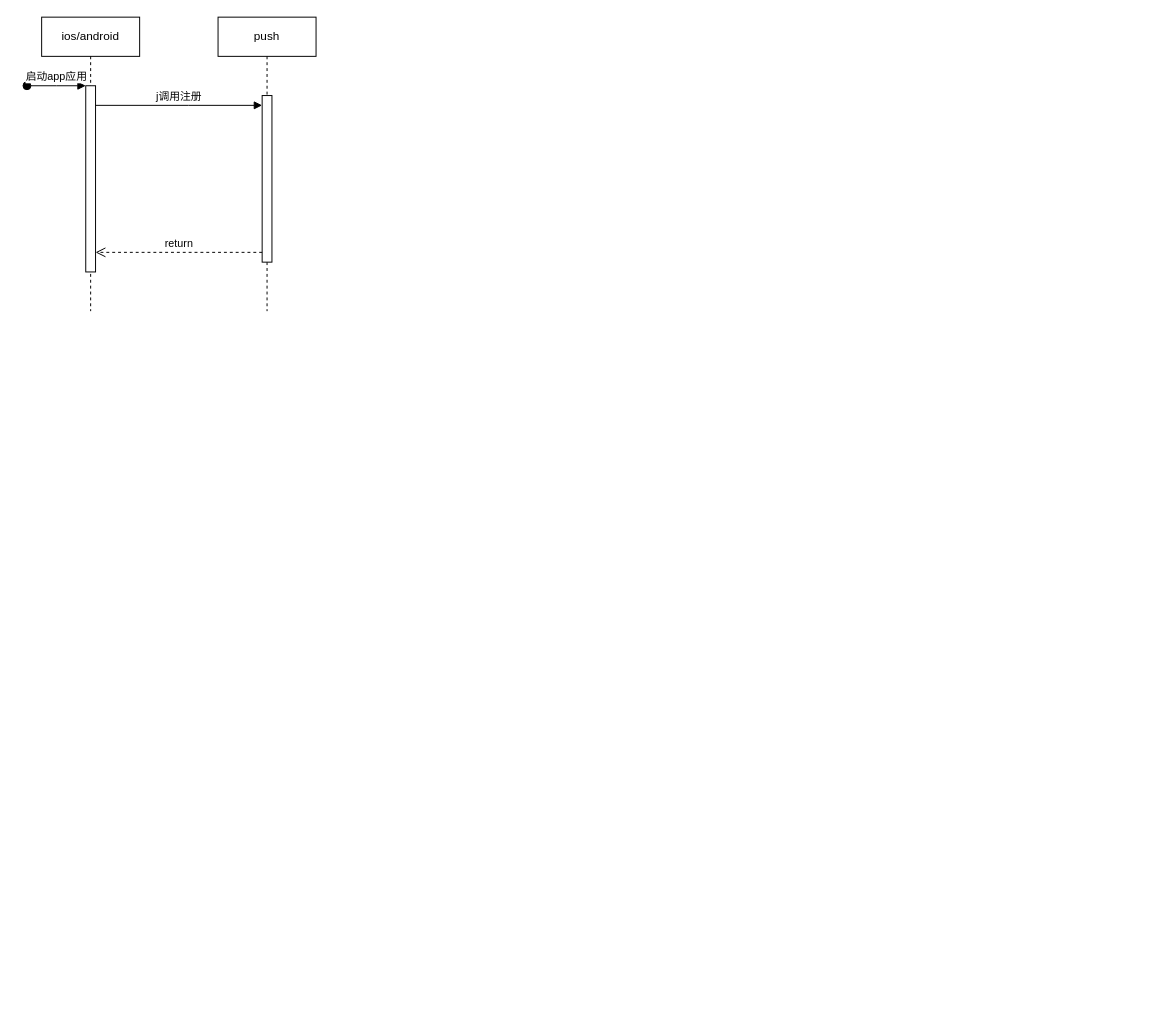
milletzhu/datasource keeps this draw.io diagram as 公司Push对接流程.drawio. Above is the earlier version. Source tidied: cells renumbered, new cells numbered last; positions are measured from the earlier drawing's top-left corner, leaving out a move shared by most shapes. Both pictures are drawn from the tidied source at 98%, with x=0, y=0 at pixel (26, 17).
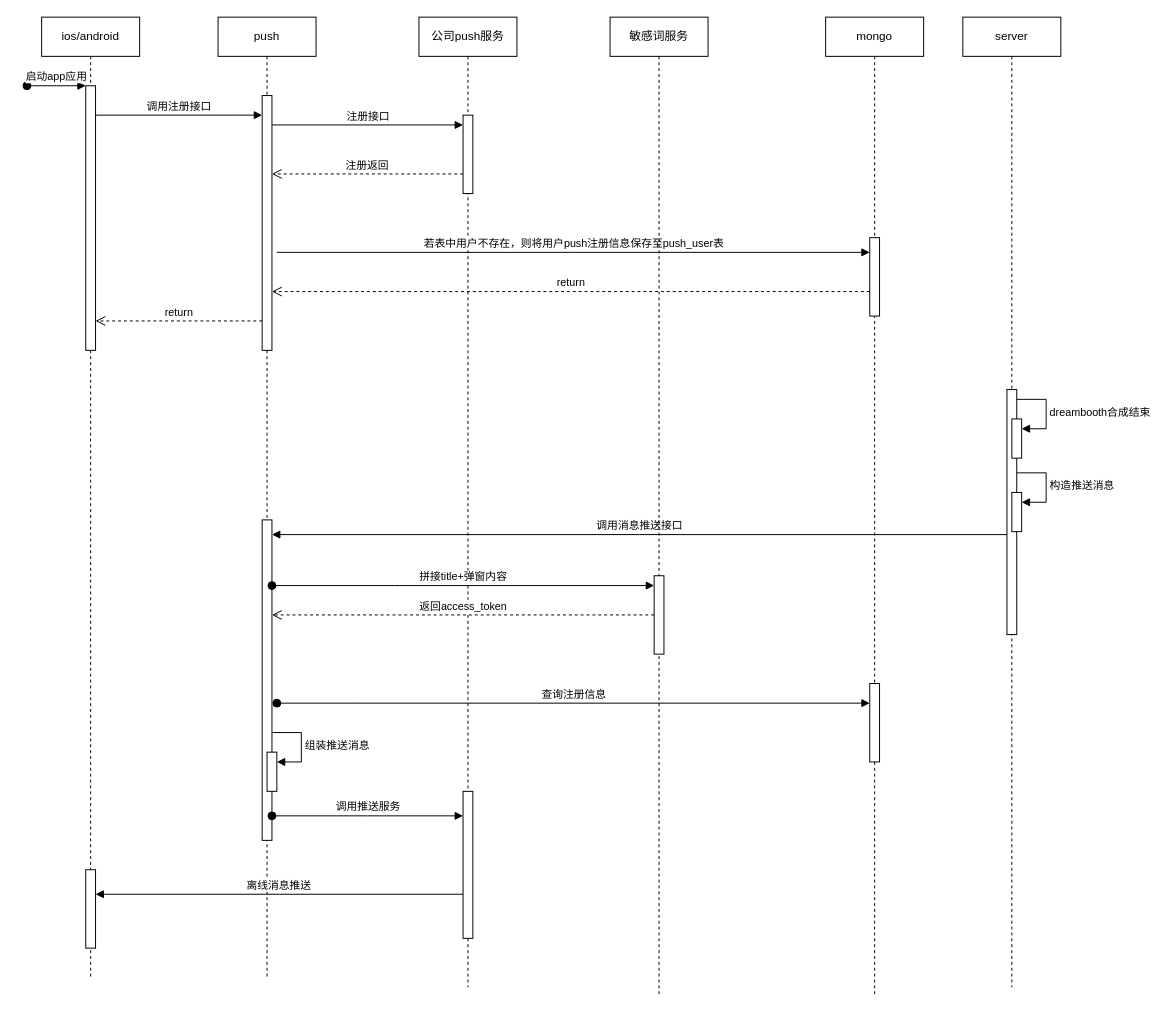
The same page after the edit.

Commit message:
更新公司Push对接流程.drawio

Diff of the diagram source:
```diff
@@
     <mxCell id="2" value="ios/android" style="shape=umlLifeline;perimeter=lifelinePerimeter;whiteSpace=wrap;html=1;newEdgeStyle={&quot;edgeStyle&quot;:&quot;elbowEdgeStyle&quot;,&quot;elbow&quot;:&quot;vertical&quot;,&quot;curved&quot;:0,&quot;rounded&quot;:0};" parent="1" vertex="1">
-      <mxGeometry x="15" width="100" height="300" as="geometry" />
+      <mxGeometry x="15" width="100" height="980" as="geometry" />
     </mxCell>
     <mxCell id="3" style="html=1;points=[];perimeter=orthogonalPerimeter;outlineConnect=0;targetShapes=umlLifeline;portConstraint=eastwest;newEdgeStyle={&quot;edgeStyle&quot;:&quot;elbowEdgeStyle&quot;,&quot;elbow&quot;:&quot;vertical&quot;,&quot;curved&quot;:0,&quot;rounded&quot;:0};" parent="2" vertex="1">
-      <mxGeometry x="45" y="70" width="10" height="190" as="geometry" />
+      <mxGeometry x="45" y="70" width="10" height="270" as="geometry" />
     </mxCell>
@@
+    <mxCell id="9" style="html=1;perimeter=orthogonalPerimeter;targetShapes=umlLifeline;newEdgeStyle={&quot;edgeStyle&quot;:&quot;elbowEdgeStyle&quot;,&quot;elbow&quot;:&quot;vertical&quot;,&quot;curved&quot;:0,&quot;rounded&quot;:0};" parent="2" vertex="1">
+      <mxGeometry x="45" y="870" width="10" height="80" as="geometry" />
+    </mxCell>
     <mxCell id="5" value="push" style="shape=umlLifeline;perimeter=lifelinePerimeter;whiteSpace=wrap;html=1;newEdgeStyle={&quot;edgeStyle&quot;:&quot;elbowEdgeStyle&quot;,&quot;elbow&quot;:&quot;vertical&quot;,&quot;curved&quot;:0,&quot;rounded&quot;:0};" parent="1" vertex="1">
-      <mxGeometry x="195" width="100" height="300" as="geometry" />
+      <mxGeometry x="195" width="100" height="980" as="geometry" />
     </mxCell>
     <mxCell id="6" style="html=1;points=[];perimeter=orthogonalPerimeter;outlineConnect=0;targetShapes=umlLifeline;portConstraint=eastwest;newEdgeStyle={&quot;edgeStyle&quot;:&quot;elbowEdgeStyle&quot;,&quot;elbow&quot;:&quot;vertical&quot;,&quot;curved&quot;:0,&quot;rounded&quot;:0};" parent="5" vertex="1">
-      <mxGeometry x="45" y="80" width="10" height="170" as="geometry" />
+      <mxGeometry x="45" y="80" width="10" height="260" as="geometry" />
     </mxCell>
+    <mxCell id="10" style="html=1;points=[];perimeter=orthogonalPerimeter;outlineConnect=0;targetShapes=umlLifeline;portConstraint=eastwest;newEdgeStyle={&quot;edgeStyle&quot;:&quot;elbowEdgeStyle&quot;,&quot;elbow&quot;:&quot;vertical&quot;,&quot;curved&quot;:0,&quot;rounded&quot;:0};" parent="5" vertex="1">
+      <mxGeometry x="45" y="513" width="10" height="327" as="geometry" />
+    </mxCell>
+    <mxCell id="11" style="html=1;points=[];perimeter=orthogonalPerimeter;outlineConnect=0;targetShapes=umlLifeline;portConstraint=eastwest;newEdgeStyle={&quot;edgeStyle&quot;:&quot;elbowEdgeStyle&quot;,&quot;elbow&quot;:&quot;vertical&quot;,&quot;curved&quot;:0,&quot;rounded&quot;:0};" parent="5" vertex="1">
+      <mxGeometry x="50" y="750" width="10" height="40" as="geometry" />
+    </mxCell>
+    <mxCell id="12" value="组装推送消息" style="html=1;align=left;spacingLeft=2;endArrow=block;rounded=0;edgeStyle=orthogonalEdgeStyle;curved=0;rounded=0;" parent="5" edge="1" target="11">
+      <mxGeometry relative="1" as="geometry">
+        <mxPoint x="55" y="730" as="sourcePoint" />
+        <Array as="points">
+          <mxPoint x="85" y="760" />
+        </Array>
+      </mxGeometry>
+    </mxCell>
-    <mxCell id="7" value="j调用注册" style="html=1;verticalAlign=bottom;endArrow=block;edgeStyle=elbowEdgeStyle;elbow=vertical;curved=0;rounded=0;" parent="1" edge="1" source="3" target="6">
+    <mxCell id="7" value="调用注册接口" style="html=1;verticalAlign=bottom;endArrow=block;edgeStyle=elbowEdgeStyle;elbow=vertical;curved=0;rounded=0;" parent="1" edge="1" source="3" target="6">
       <mxGeometry relative="1" as="geometry">
         <Array as="points">
+          <mxPoint x="215" y="100" />
           <mxPoint x="165" y="90" />
         </Array>
       </mxGeometry>
     </mxCell>
     <mxCell id="8" value="return" style="html=1;verticalAlign=bottom;endArrow=open;dashed=1;endSize=8;edgeStyle=elbowEdgeStyle;elbow=vertical;curved=0;rounded=0;" parent="1" edge="1" source="6" target="3">
       <mxGeometry relative="1" as="geometry">
         <Array as="points">
-          <mxPoint x="165" y="240" />
+          <mxPoint x="215" y="310" />
+          <mxPoint x="165" y="400" />
         </Array>
       </mxGeometry>
     </mxCell>
+    <mxCell id="13" value="公司push服务" style="shape=umlLifeline;perimeter=lifelinePerimeter;whiteSpace=wrap;html=1;newEdgeStyle={&quot;edgeStyle&quot;:&quot;elbowEdgeStyle&quot;,&quot;elbow&quot;:&quot;vertical&quot;,&quot;curved&quot;:0,&quot;rounded&quot;:0};" parent="1" vertex="1">
+      <mxGeometry x="400" width="100" height="990" as="geometry" />
+    </mxCell>
+    <mxCell id="14" style="html=1;points=[];perimeter=orthogonalPerimeter;outlineConnect=0;targetShapes=umlLifeline;portConstraint=eastwest;newEdgeStyle={&quot;edgeStyle&quot;:&quot;elbowEdgeStyle&quot;,&quot;elbow&quot;:&quot;vertical&quot;,&quot;curved&quot;:0,&quot;rounded&quot;:0};" parent="13" vertex="1">
+      <mxGeometry x="45" y="100" width="10" height="80" as="geometry" />
+    </mxCell>
+    <mxCell id="15" style="html=1;points=[];perimeter=orthogonalPerimeter;outlineConnect=0;targetShapes=umlLifeline;portConstraint=eastwest;newEdgeStyle={&quot;edgeStyle&quot;:&quot;elbowEdgeStyle&quot;,&quot;elbow&quot;:&quot;vertical&quot;,&quot;curved&quot;:0,&quot;rounded&quot;:0};" parent="13" vertex="1">
+      <mxGeometry x="45" y="790" width="10" height="150" as="geometry" />
+    </mxCell>
+    <mxCell id="16" value="注册接口" style="html=1;verticalAlign=bottom;endArrow=block;edgeStyle=elbowEdgeStyle;elbow=vertical;curved=0;rounded=0;" parent="1" edge="1" source="6" target="14">
+      <mxGeometry relative="1" as="geometry">
+        <Array as="points">
+          <mxPoint x="415" y="110" />
+        </Array>
+      </mxGeometry>
+    </mxCell>
+    <mxCell id="17" value="注册返回" style="html=1;verticalAlign=bottom;endArrow=open;dashed=1;endSize=8;edgeStyle=elbowEdgeStyle;elbow=vertical;curved=0;rounded=0;" parent="1" edge="1" source="14" target="6">
+      <mxGeometry relative="1" as="geometry">
+        <Array as="points">
+          <mxPoint x="385" y="160" />
+        </Array>
+      </mxGeometry>
+    </mxCell>
+    <mxCell id="18" value="mongo" style="shape=umlLifeline;perimeter=lifelinePerimeter;whiteSpace=wrap;html=1;newEdgeStyle={&quot;edgeStyle&quot;:&quot;elbowEdgeStyle&quot;,&quot;elbow&quot;:&quot;vertical&quot;,&quot;curved&quot;:0,&quot;rounded&quot;:0};" parent="1" vertex="1">
+      <mxGeometry x="815" width="100" height="1000" as="geometry" />
+    </mxCell>
+    <mxCell id="19" style="html=1;points=[];perimeter=orthogonalPerimeter;outlineConnect=0;targetShapes=umlLifeline;portConstraint=eastwest;newEdgeStyle={&quot;edgeStyle&quot;:&quot;elbowEdgeStyle&quot;,&quot;elbow&quot;:&quot;vertical&quot;,&quot;curved&quot;:0,&quot;rounded&quot;:0};" parent="18" vertex="1">
+      <mxGeometry x="45" y="225" width="10" height="80" as="geometry" />
+    </mxCell>
+    <mxCell id="20" style="html=1;points=[];perimeter=orthogonalPerimeter;outlineConnect=0;targetShapes=umlLifeline;portConstraint=eastwest;newEdgeStyle={&quot;edgeStyle&quot;:&quot;elbowEdgeStyle&quot;,&quot;elbow&quot;:&quot;vertical&quot;,&quot;curved&quot;:0,&quot;rounded&quot;:0};" parent="18" vertex="1">
+      <mxGeometry x="45" y="680" width="10" height="80" as="geometry" />
+    </mxCell>
+    <mxCell id="21" value="若表中用户不存在，则将用户push注册信息保存至push_user表" style="html=1;verticalAlign=bottom;endArrow=block;edgeStyle=elbowEdgeStyle;elbow=vertical;curved=0;rounded=0;" parent="1" edge="1" target="19">
+      <mxGeometry relative="1" as="geometry">
+        <mxPoint x="255" y="240" as="sourcePoint" />
+      </mxGeometry>
+    </mxCell>
+    <mxCell id="22" value="return" style="html=1;verticalAlign=bottom;endArrow=open;dashed=1;endSize=8;edgeStyle=elbowEdgeStyle;elbow=vertical;curved=0;rounded=0;" parent="1" edge="1" source="19">
+      <mxGeometry relative="1" as="geometry">
+        <mxPoint x="250" y="280" as="targetPoint" />
+      </mxGeometry>
+    </mxCell>
+    <mxCell id="23" value="server" style="shape=umlLifeline;perimeter=lifelinePerimeter;whiteSpace=wrap;html=1;newEdgeStyle={&quot;edgeStyle&quot;:&quot;elbowEdgeStyle&quot;,&quot;elbow&quot;:&quot;vertical&quot;,&quot;curved&quot;:0,&quot;rounded&quot;:0};" parent="1" vertex="1">
+      <mxGeometry x="955" width="100" height="990" as="geometry" />
+    </mxCell>
+    <mxCell id="24" style="html=1;points=[];perimeter=orthogonalPerimeter;outlineConnect=0;targetShapes=umlLifeline;portConstraint=eastwest;newEdgeStyle={&quot;edgeStyle&quot;:&quot;elbowEdgeStyle&quot;,&quot;elbow&quot;:&quot;vertical&quot;,&quot;curved&quot;:0,&quot;rounded&quot;:0};" parent="23" vertex="1">
+      <mxGeometry x="45" y="380" width="10" height="250" as="geometry" />
+    </mxCell>
+    <mxCell id="25" style="html=1;points=[];perimeter=orthogonalPerimeter;outlineConnect=0;targetShapes=umlLifeline;portConstraint=eastwest;newEdgeStyle={&quot;edgeStyle&quot;:&quot;elbowEdgeStyle&quot;,&quot;elbow&quot;:&quot;vertical&quot;,&quot;curved&quot;:0,&quot;rounded&quot;:0};" parent="23" vertex="1">
+      <mxGeometry x="50" y="410" width="10" height="40" as="geometry" />
+    </mxCell>
+    <mxCell id="26" value="dreambooth合成结束" style="html=1;align=left;spacingLeft=2;endArrow=block;rounded=0;edgeStyle=orthogonalEdgeStyle;curved=0;rounded=0;" parent="23" edge="1" target="25">
+      <mxGeometry relative="1" as="geometry">
+        <mxPoint x="55" y="390" as="sourcePoint" />
+        <Array as="points">
+          <mxPoint x="85" y="420" />
+        </Array>
+      </mxGeometry>
+    </mxCell>
+    <mxCell id="27" style="html=1;points=[];perimeter=orthogonalPerimeter;outlineConnect=0;targetShapes=umlLifeline;portConstraint=eastwest;newEdgeStyle={&quot;edgeStyle&quot;:&quot;elbowEdgeStyle&quot;,&quot;elbow&quot;:&quot;vertical&quot;,&quot;curved&quot;:0,&quot;rounded&quot;:0};" parent="23" vertex="1">
+      <mxGeometry x="50" y="485" width="10" height="40" as="geometry" />
+    </mxCell>
+    <mxCell id="28" value="构造推送消息" style="html=1;align=left;spacingLeft=2;endArrow=block;rounded=0;edgeStyle=orthogonalEdgeStyle;curved=0;rounded=0;" parent="23" edge="1" target="27">
+      <mxGeometry relative="1" as="geometry">
+        <mxPoint x="55" y="465" as="sourcePoint" />
+        <Array as="points">
+          <mxPoint x="85" y="495" />
+        </Array>
+      </mxGeometry>
+    </mxCell>
+    <mxCell id="29" value="调用消息推送接口" style="html=1;verticalAlign=bottom;endArrow=block;edgeStyle=elbowEdgeStyle;elbow=vertical;curved=0;rounded=0;" parent="1" edge="1" source="24">
+      <mxGeometry relative="1" as="geometry">
+        <mxPoint x="250" y="528" as="targetPoint" />
+      </mxGeometry>
+    </mxCell>
+    <mxCell id="30" value="拼接title+弹窗内容" style="html=1;verticalAlign=bottom;startArrow=oval;endArrow=block;startSize=8;edgeStyle=elbowEdgeStyle;elbow=vertical;curved=0;rounded=0;" parent="1" edge="1" source="10" target="32">
+      <mxGeometry relative="1" as="geometry">
+        <Array as="points">
+          <mxPoint x="375" y="580" />
+        </Array>
+      </mxGeometry>
+    </mxCell>
+    <mxCell id="31" value="敏感词服务" style="shape=umlLifeline;perimeter=lifelinePerimeter;whiteSpace=wrap;html=1;newEdgeStyle={&quot;edgeStyle&quot;:&quot;elbowEdgeStyle&quot;,&quot;elbow&quot;:&quot;vertical&quot;,&quot;curved&quot;:0,&quot;rounded&quot;:0};" parent="1" vertex="1">
+      <mxGeometry x="595" width="100" height="1000" as="geometry" />
+    </mxCell>
+    <mxCell id="32" style="html=1;points=[];perimeter=orthogonalPerimeter;outlineConnect=0;targetShapes=umlLifeline;portConstraint=eastwest;newEdgeStyle={&quot;edgeStyle&quot;:&quot;elbowEdgeStyle&quot;,&quot;elbow&quot;:&quot;vertical&quot;,&quot;curved&quot;:0,&quot;rounded&quot;:0};" parent="31" vertex="1">
+      <mxGeometry x="45" y="570" width="10" height="80" as="geometry" />
+    </mxCell>
+    <mxCell id="33" value="返回access_token" style="html=1;verticalAlign=bottom;endArrow=open;dashed=1;endSize=8;edgeStyle=elbowEdgeStyle;elbow=vertical;curved=0;rounded=0;" parent="1" edge="1" source="32" target="10">
+      <mxGeometry relative="1" as="geometry" />
+    </mxCell>
+    <mxCell id="34" value="查询注册信息" style="html=1;verticalAlign=bottom;startArrow=oval;endArrow=block;startSize=8;edgeStyle=elbowEdgeStyle;elbow=vertical;curved=0;rounded=0;" parent="1" edge="1" target="20">
+      <mxGeometry relative="1" as="geometry">
+        <mxPoint x="255" y="700" as="sourcePoint" />
+        <Array as="points">
+          <mxPoint x="335" y="700" />
+        </Array>
+      </mxGeometry>
+    </mxCell>
+    <mxCell id="35" value="调用推送服务" style="html=1;verticalAlign=bottom;startArrow=oval;endArrow=block;startSize=8;edgeStyle=elbowEdgeStyle;elbow=vertical;curved=0;rounded=0;" parent="1" edge="1" source="10" target="15">
+      <mxGeometry relative="1" as="geometry" />
+    </mxCell>
+    <mxCell id="36" value="离线消息推送" style="html=1;verticalAlign=bottom;endArrow=block;edgeStyle=elbowEdgeStyle;elbow=vertical;curved=0;rounded=0;" parent="1" edge="1" source="15">
+      <mxGeometry relative="1" as="geometry">
+        <mxPoint x="70" y="895" as="targetPoint" />
+      </mxGeometry>
+    </mxCell>
```
